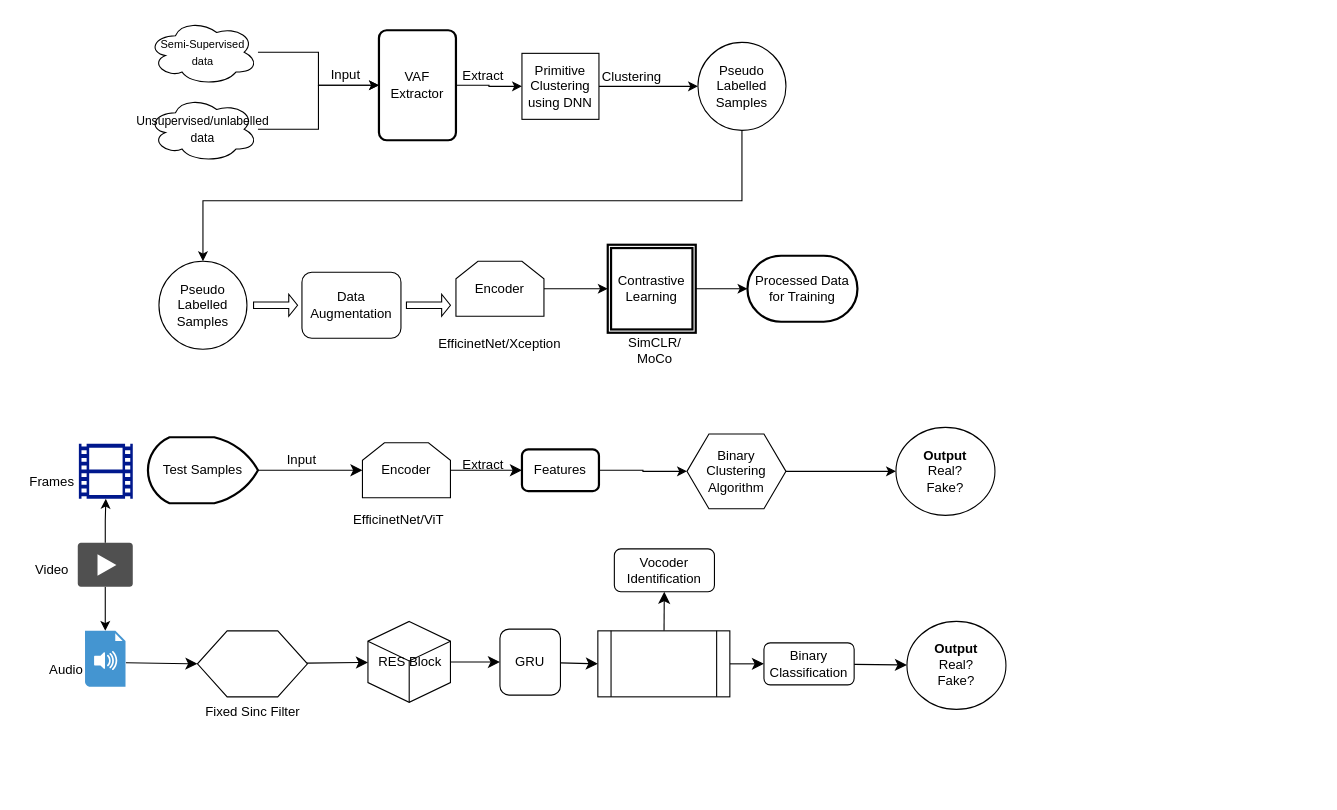
This is df.drawio from RaghulJ02/chatapp, a draw.io file, before an edit. Source tidied: cells renumbered, new cells numbered last; positions are measured from the earlier drawing's top-left corner, leaving out a move shared by most shapes. Both pictures are drawn from the tidied source at 110%, with x=0, y=0 at pixel (19, 19).
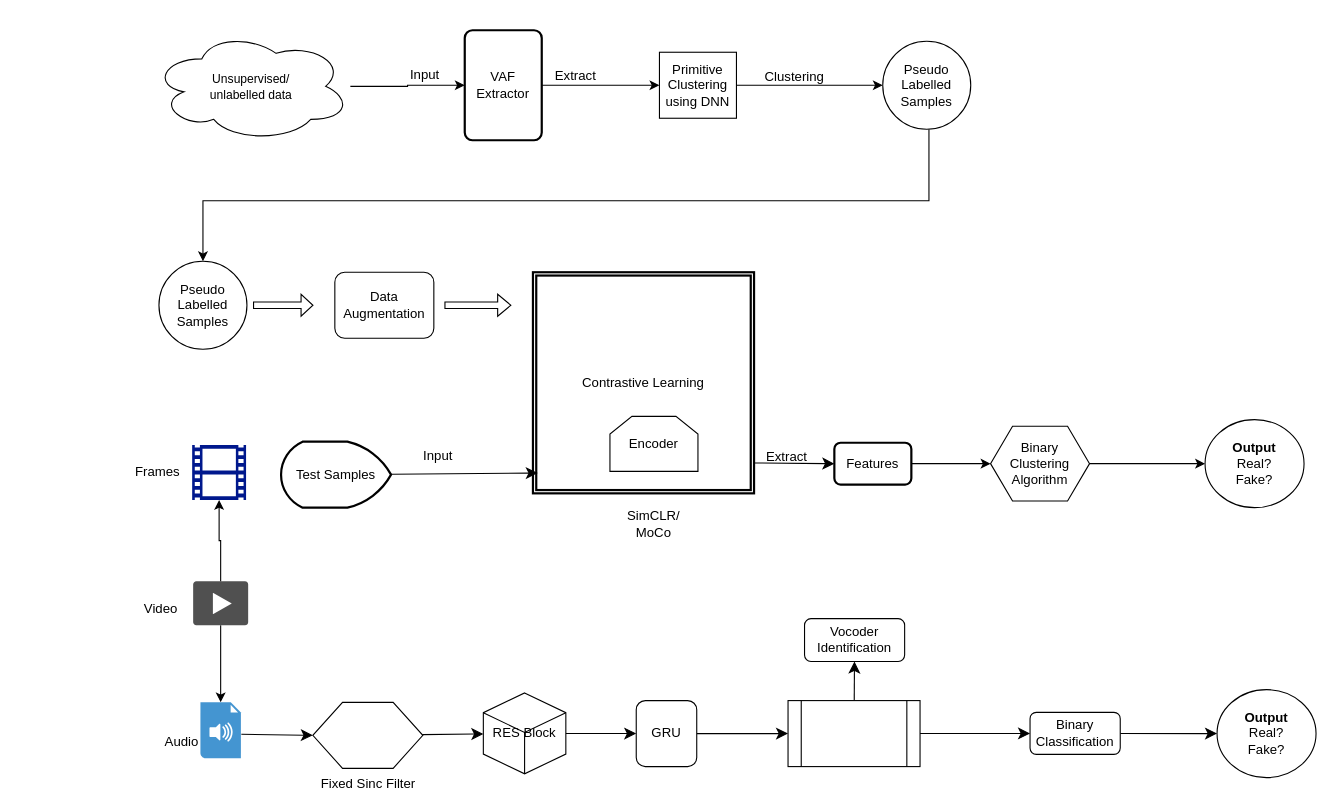
After the change.

Unchanged cells that the change refers to:
```xml
<mxCell id="15" value="Pseudo Labelled Samples" style="ellipse;whiteSpace=wrap;html=1;" parent="1" vertex="1">
  <mxGeometry x="127" y="220" width="80" height="80" as="geometry" />
</mxCell>
```

Change to the diagram source:
```diff
@@
-    <mxCell id="2" style="edgeStyle=orthogonalEdgeStyle;rounded=0;jettySize=auto;html=1;" parent="1" edge="1" source="3" target="7">
-      <mxGeometry relative="1" as="geometry" />
-    </mxCell>
-    <mxCell id="3" value="&lt;font style=&quot;font-size: 10px;&quot;&gt;Semi-Supervised data&lt;/font&gt;" style="ellipse;shape=cloud;whiteSpace=wrap;html=1;align=center;" parent="1" vertex="1">
-      <mxGeometry x="117" width="100" height="60" as="geometry" />
-    </mxCell>
+    <mxCell id="22" value="Contrastive Learning" style="shape=ext;double=1;whiteSpace=wrap;html=1;strokeWidth=2;" parent="1" vertex="1">
+      <mxGeometry x="467" y="230" width="201" height="201" as="geometry" />
+    </mxCell>
@@
-    <mxCell id="5" value="&lt;font style=&quot;font-size: 11px;&quot;&gt;Unsupervised/unlabelled data&lt;/font&gt;" style="ellipse;shape=cloud;whiteSpace=wrap;html=1;align=center;" parent="1" vertex="1">
-      <mxGeometry x="117" y="70" width="100" height="60" as="geometry" />
+    <mxCell id="5" value="&lt;font style=&quot;font-size: 11px;&quot;&gt;Unsupervised/&lt;/font&gt;&lt;div&gt;&lt;font style=&quot;font-size: 11px;&quot;&gt;unlabelled data&lt;/font&gt;&lt;/div&gt;" style="ellipse;shape=cloud;whiteSpace=wrap;html=1;align=center;" parent="1" vertex="1">
+      <mxGeometry x="121" y="11" width="180" height="100" as="geometry" />
     </mxCell>
@@
     <mxCell id="7" value="VAF Extractor" style="rounded=1;whiteSpace=wrap;html=1;absoluteArcSize=1;arcSize=14;strokeWidth=2;" parent="1" vertex="1">
-      <mxGeometry x="327" y="10" width="70" height="100" as="geometry" />
+      <mxGeometry x="405" y="10" width="70" height="100" as="geometry" />
     </mxCell>
@@
     <mxCell id="9" value="Primitive Clustering using DNN" style="rounded=0;whiteSpace=wrap;html=1;" parent="1" vertex="1">
-      <mxGeometry x="457" y="31" width="70" height="60" as="geometry" />
+      <mxGeometry x="582" y="30" width="70" height="60" as="geometry" />
     </mxCell>
     <mxCell id="10" value="&lt;div&gt;Input&lt;/div&gt;" style="text;html=1;align=center;verticalAlign=middle;whiteSpace=wrap;rounded=0;" parent="1" vertex="1">
-      <mxGeometry x="267" y="36" width="60" height="30" as="geometry" />
+      <mxGeometry x="339" y="36" width="60" height="30" as="geometry" />
     </mxCell>
     <mxCell id="11" value="Extract" style="text;html=1;align=center;verticalAlign=middle;whiteSpace=wrap;rounded=0;" parent="1" vertex="1">
-      <mxGeometry x="392" y="37" width="60" height="30" as="geometry" />
+      <mxGeometry x="476" y="37" width="60" height="30" as="geometry" />
     </mxCell>
     <mxCell id="12" style="edgeStyle=orthogonalEdgeStyle;rounded=0;jettySize=auto;html=1;" parent="1" edge="1" source="13" target="15">
       <mxGeometry relative="1" as="geometry">
         <Array as="points">
-          <mxPoint x="657" y="165" />
+          <mxPoint x="827" y="165" />
           <mxPoint x="167" y="165" />
         </Array>
       </mxGeometry>
     </mxCell>
     <mxCell id="13" value="Pseudo Labelled Samples" style="ellipse;whiteSpace=wrap;html=1;" parent="1" vertex="1">
-      <mxGeometry x="617" y="21" width="80" height="80" as="geometry" />
+      <mxGeometry x="785" y="20" width="80" height="80" as="geometry" />
     </mxCell>
     <mxCell id="14" value="Clustering" style="text;html=1;align=center;verticalAlign=middle;whiteSpace=wrap;rounded=0;" parent="1" vertex="1">
-      <mxGeometry x="527" y="38" width="60" height="30" as="geometry" />
+      <mxGeometry x="675" y="38" width="60" height="30" as="geometry" />
     </mxCell>
@@
     <mxCell id="16" value="Data Augmentation" style="rounded=1;whiteSpace=wrap;html=1;" parent="1" vertex="1">
-      <mxGeometry x="257" y="230" width="90" height="60" as="geometry" />
+      <mxGeometry x="286.9" y="230" width="90" height="60" as="geometry" />
     </mxCell>
     <mxCell id="17" style="shape=singleArrow;whiteSpace=wrap;html=1;" parent="1" vertex="1">
-      <mxGeometry x="213" y="250" width="40" height="20" as="geometry" />
+      <mxGeometry x="213" y="250" width="54" height="20" as="geometry" />
     </mxCell>
-    <mxCell id="18" style="edgeStyle=orthogonalEdgeStyle;rounded=0;jettySize=auto;html=1;entryX=0;entryY=0.5;entryDx=0;entryDy=0;" parent="1" edge="1" source="19" target="22">
-      <mxGeometry relative="1" as="geometry" />
-    </mxCell>
     <mxCell id="19" value="Encoder" style="shape=loopLimit;whiteSpace=wrap;html=1;" parent="1" vertex="1">
-      <mxGeometry x="397" y="220" width="80" height="50" as="geometry" />
+      <mxGeometry x="537" y="361" width="80" height="50" as="geometry" />
     </mxCell>
     <mxCell id="20" style="shape=singleArrow;whiteSpace=wrap;html=1;" parent="1" vertex="1">
-      <mxGeometry x="352" y="250" width="40" height="20" as="geometry" />
+      <mxGeometry x="387" y="250" width="59.9" height="20" as="geometry" />
     </mxCell>
-    <mxCell id="21" value="EfficinetNet/Xception" style="text;html=1;align=center;verticalAlign=middle;whiteSpace=wrap;rounded=0;" parent="1" vertex="1">
-      <mxGeometry x="407" y="280" width="60" height="30" as="geometry" />
-    </mxCell>
-    <mxCell id="22" value="Contrastive Learning" style="shape=ext;double=1;whiteSpace=wrap;html=1;strokeWidth=2;" parent="1" vertex="1">
-      <mxGeometry x="535" y="205" width="80" height="80" as="geometry" />
-    </mxCell>
     <mxCell id="23" value="&lt;div&gt;SimCLR/&lt;/div&gt;&lt;div&gt;MoCo&lt;br&gt;&lt;/div&gt;" style="text;html=1;align=center;verticalAlign=middle;whiteSpace=wrap;rounded=0;" parent="1" vertex="1">
-      <mxGeometry x="548" y="286" width="60" height="30" as="geometry" />
+      <mxGeometry x="547" y="444" width="60" height="30" as="geometry" />
     </mxCell>
-    <mxCell id="24" value="Processed Data for Training" style="strokeWidth=2;html=1;shape=mxgraph.flowchart.terminator;whiteSpace=wrap;" parent="1" vertex="1">
-      <mxGeometry x="662" y="215" width="100" height="60" as="geometry" />
-    </mxCell>
-    <mxCell id="25" style="edgeStyle=orthogonalEdgeStyle;rounded=0;jettySize=auto;html=1;entryX=0;entryY=0.5;entryDx=0;entryDy=0;entryPerimeter=0;" parent="1" edge="1" source="22" target="24">
-      <mxGeometry relative="1" as="geometry" />
-    </mxCell>
-    <mxCell id="26" style="edgeStyle=none;curved=1;rounded=0;jettySize=auto;html=1;entryX=0;entryY=0.5;entryDx=0;entryDy=0;fontSize=12;startSize=8;endSize=8;" parent="1" edge="1" source="27" target="29">
-      <mxGeometry relative="1" as="geometry" />
-    </mxCell>
     <mxCell id="27" value="Test Samples" style="strokeWidth=2;html=1;shape=mxgraph.flowchart.display;whiteSpace=wrap;direction=west;" parent="1" vertex="1">
-      <mxGeometry x="117" y="380" width="100" height="60" as="geometry" />
+      <mxGeometry x="238" y="384" width="100" height="60" as="geometry" />
     </mxCell>
-    <mxCell id="28" style="edgeStyle=none;curved=1;rounded=0;jettySize=auto;html=1;entryX=0;entryY=0.5;entryDx=0;entryDy=0;fontSize=12;startSize=8;endSize=8;" parent="1" edge="1" source="29" target="31">
-      <mxGeometry relative="1" as="geometry" />
+    <mxCell id="28" style="edgeStyle=none;curved=1;rounded=0;jettySize=auto;html=1;entryX=0;entryY=0.5;entryDx=0;entryDy=0;fontSize=12;startSize=8;endSize=8;" parent="1" edge="1" target="31">
+      <mxGeometry relative="1" as="geometry">
+        <mxPoint x="668" y="403.4" as="sourcePoint" />
+      </mxGeometry>
     </mxCell>
-    <mxCell id="29" value="Encoder" style="shape=loopLimit;whiteSpace=wrap;html=1;" parent="1" vertex="1">
-      <mxGeometry x="312" y="385" width="80" height="50" as="geometry" />
-    </mxCell>
@@
     <mxCell id="31" value="Features" style="rounded=1;whiteSpace=wrap;html=1;strokeWidth=2;" parent="1" vertex="1">
-      <mxGeometry x="457" y="391" width="70" height="38" as="geometry" />
+      <mxGeometry x="741" y="385" width="70" height="38" as="geometry" />
     </mxCell>
@@
     <mxCell id="33" value="&lt;div&gt;Binary Clustering&lt;/div&gt;&lt;div&gt;Algorithm&lt;br&gt;&lt;/div&gt;" style="shape=hexagon;perimeter=hexagonPerimeter2;whiteSpace=wrap;html=1;fixedSize=1;" parent="1" vertex="1">
-      <mxGeometry x="607" y="377" width="90" height="68" as="geometry" />
+      <mxGeometry x="883" y="370" width="90" height="68" as="geometry" />
     </mxCell>
     <mxCell id="34" value="&lt;div&gt;&lt;b&gt;Output&lt;/b&gt;&lt;/div&gt;&lt;div&gt;Real?&lt;/div&gt;&lt;div&gt;Fake?&lt;br&gt;&lt;/div&gt;" style="ellipse;whiteSpace=wrap;html=1;" parent="1" vertex="1">
-      <mxGeometry x="797" y="371" width="90" height="80" as="geometry" />
+      <mxGeometry x="1078" y="364" width="90" height="80" as="geometry" />
     </mxCell>
-    <mxCell id="35" value="EfficinetNet/ViT" style="text;html=1;align=center;verticalAlign=middle;whiteSpace=wrap;rounded=0;" parent="1" vertex="1">
-      <mxGeometry x="315" y="440" width="60" height="30" as="geometry" />
-    </mxCell>
     <mxCell id="36" style="sketch=0;shadow=0;dashed=0;html=1;strokeColor=none;labelPosition=center;verticalLabelPosition=bottom;verticalAlign=top;align=center;fillColor=#00188D;shape=mxgraph.mscae.general.video;" parent="1" vertex="1">
-      <mxGeometry x="54.2" y="386" width="49" height="50" as="geometry" />
+      <mxGeometry x="157.2" y="387" width="49" height="50" as="geometry" />
     </mxCell>
@@
     <mxCell id="38" style="sketch=0;shadow=0;dashed=0;html=1;strokeColor=none;fillColor=#505050;labelPosition=center;verticalLabelPosition=bottom;verticalAlign=top;outlineConnect=0;align=center;shape=mxgraph.office.concepts.video_play;" parent="1" vertex="1">
-      <mxGeometry x="53.2" y="476" width="50" height="40" as="geometry" />
+      <mxGeometry x="158.1" y="511" width="50" height="40" as="geometry" />
     </mxCell>
     <mxCell id="39" style="shadow=0;dashed=0;html=1;strokeColor=none;fillColor=#4495D1;labelPosition=center;verticalLabelPosition=bottom;verticalAlign=top;align=center;outlineConnect=0;shape=mxgraph.veeam.audio_file;" parent="1" vertex="1">
-      <mxGeometry x="59.8" y="556" width="36.8" height="50.8" as="geometry" />
+      <mxGeometry x="164.7" y="621" width="36.8" height="50.8" as="geometry" />
     </mxCell>
@@
     <mxCell id="41" value="&lt;div&gt;Frames&lt;/div&gt;" style="text;html=1;align=center;verticalAlign=middle;whiteSpace=wrap;rounded=0;" parent="1" vertex="1">
-      <mxGeometry x="-0.2" y="406" width="60" height="30" as="geometry" />
+      <mxGeometry x="96.2" y="397" width="60" height="30" as="geometry" />
     </mxCell>
     <mxCell id="42" style="edgeStyle=none;curved=1;rounded=0;jettySize=auto;html=1;entryX=0;entryY=0.5;entryDx=0;entryDy=0;fontSize=12;startSize=8;endSize=8;" parent="1" edge="1" target="46">
       <mxGeometry relative="1" as="geometry">
-        <mxPoint x="97" y="585" as="sourcePoint" />
+        <mxPoint x="201.9" y="650" as="sourcePoint" />
       </mxGeometry>
     </mxCell>
     <mxCell id="43" value="&lt;div&gt;Audio&lt;/div&gt;" style="text;html=1;align=center;verticalAlign=middle;whiteSpace=wrap;rounded=0;" parent="1" vertex="1">
-      <mxGeometry x="13.2" y="576.8" width="60" height="30" as="geometry" />
+      <mxGeometry x="118.1" y="641.8" width="60" height="30" as="geometry" />
     </mxCell>
     <mxCell id="44" value="Video" style="text;html=1;align=center;verticalAlign=middle;whiteSpace=wrap;rounded=0;" parent="1" vertex="1">
-      <mxGeometry x="-0.2" y="486" width="60" height="30" as="geometry" />
+      <mxGeometry x="99.1" y="521" width="60" height="30" as="geometry" />
     </mxCell>
@@
     <mxCell id="46" value="Fixed Sinc Filter" style="verticalLabelPosition=bottom;verticalAlign=top;html=1;shape=hexagon;perimeter=hexagonPerimeter2;arcSize=6;size=0.27;" parent="1" vertex="1">
-      <mxGeometry x="162" y="556" width="100" height="60" as="geometry" />
+      <mxGeometry x="266.9" y="621" width="100" height="60" as="geometry" />
     </mxCell>
@@
     <mxCell id="48" value="RES Block" style="html=1;shape=mxgraph.basic.isocube;isoAngle=15;" parent="1" vertex="1">
-      <mxGeometry x="317" y="547.4" width="75" height="73.6" as="geometry" />
+      <mxGeometry x="421.9" y="612.4" width="75" height="73.6" as="geometry" />
     </mxCell>
@@
     <mxCell id="50" value="GRU" style="rounded=1;whiteSpace=wrap;html=1;" parent="1" vertex="1">
-      <mxGeometry x="437" y="554.4" width="55" height="60" as="geometry" />
+      <mxGeometry x="560.9" y="619.4" width="55" height="60" as="geometry" />
     </mxCell>
@@
     <mxCell id="53" style="shape=process;whiteSpace=wrap;html=1;backgroundOutline=1;" parent="1" vertex="1">
-      <mxGeometry x="526" y="556" width="120" height="60" as="geometry" />
+      <mxGeometry x="698.9" y="619.4" width="120" height="60" as="geometry" />
     </mxCell>
     <mxCell id="54" value="Vocoder Identification" style="rounded=1;whiteSpace=wrap;html=1;" parent="1" vertex="1">
-      <mxGeometry x="541" y="481.5" width="91" height="39" as="geometry" />
+      <mxGeometry x="713.9" y="544.9" width="91" height="39" as="geometry" />
     </mxCell>
@@
     <mxCell id="56" value="Binary Classification" style="rounded=1;whiteSpace=wrap;html=1;" parent="1" vertex="1">
-      <mxGeometry x="677" y="566.9" width="82" height="38.2" as="geometry" />
+      <mxGeometry x="918.9" y="630.1" width="82" height="38.2" as="geometry" />
     </mxCell>
     <mxCell id="57" value="&lt;div&gt;&lt;b&gt;Output&lt;/b&gt;&lt;/div&gt;&lt;div&gt;Real?&lt;/div&gt;&lt;div&gt;Fake?&lt;br&gt;&lt;/div&gt;" style="ellipse;whiteSpace=wrap;html=1;" parent="1" vertex="1">
-      <mxGeometry x="807" y="547.4" width="90" height="80" as="geometry" />
+      <mxGeometry x="1088.9" y="609.4" width="90" height="80" as="geometry" />
     </mxCell>
     <mxCell id="58" value="Extract" style="text;html=1;align=center;verticalAlign=middle;whiteSpace=wrap;rounded=0;" parent="1" vertex="1">
-      <mxGeometry x="392" y="390" width="60" height="30" as="geometry" />
+      <mxGeometry x="668" y="383" width="60" height="30" as="geometry" />
     </mxCell>
     <mxCell id="59" value="&lt;div&gt;Input&lt;/div&gt;" style="text;html=1;align=center;verticalAlign=middle;whiteSpace=wrap;rounded=0;" parent="1" vertex="1">
-      <mxGeometry x="227" y="386" width="60" height="30" as="geometry" />
+      <mxGeometry x="351" y="382" width="60" height="30" as="geometry" />
     </mxCell>
+    <mxCell id="60" style="edgeStyle=none;curved=1;rounded=0;jettySize=auto;html=1;entryX=0.022;entryY=0.908;entryDx=0;entryDy=0;entryPerimeter=0;fontSize=12;startSize=8;endSize=8;" parent="1" edge="1" source="27" target="22">
+      <mxGeometry relative="1" as="geometry" />
+    </mxCell>
```
